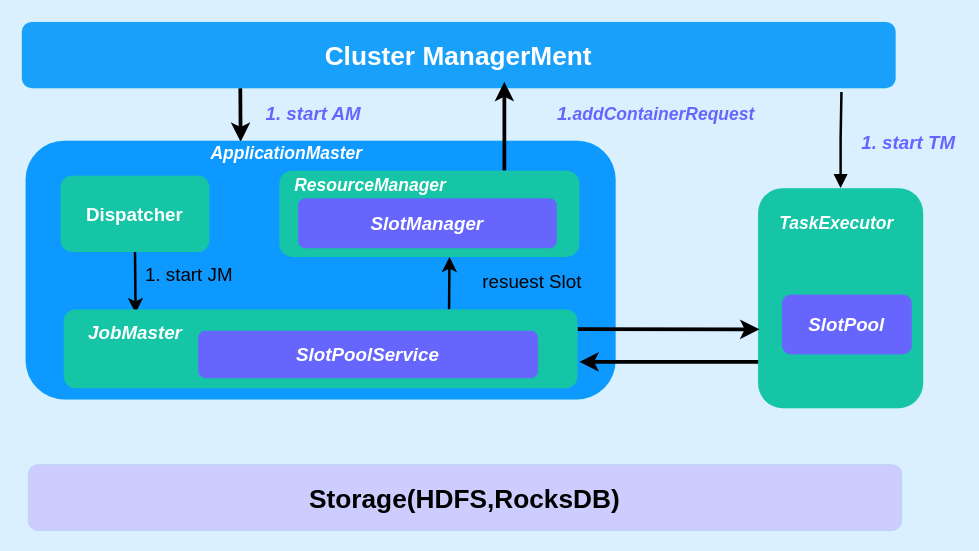
Above: flink/slot.drawio in 2pc/mydrawio (draw.io), before the change. Source tidied: cells renumbered, new cells numbered last; positions are measured from the earlier drawing's top-left corner, leaving out a move shared by most shapes. Both pictures are drawn from the tidied source at 125%, with x=0, y=0 at pixel (21, 21).
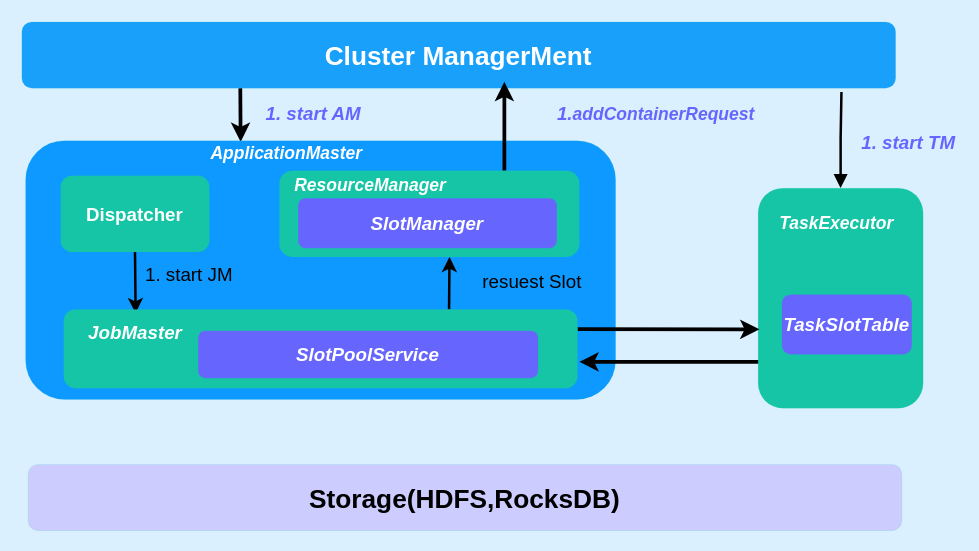
After the change.

Change to the diagram source:
```diff
@@
-    <mxCell id="21" value="&lt;font color=&quot;#ffffff&quot;&gt;&lt;b&gt;&lt;i&gt;SlotPool&lt;/i&gt;&lt;/b&gt;&lt;/font&gt;" style="rounded=1;whiteSpace=wrap;html=1;fontSize=15;fontColor=#6666FF;strokeColor=#16C5A5;strokeWidth=0;fillColor=#6666FF;" parent="1" vertex="1">
+    <mxCell id="21" value="&lt;font color=&quot;#ffffff&quot;&gt;&lt;b&gt;&lt;i&gt;TaskSlotTable&lt;/i&gt;&lt;/b&gt;&lt;/font&gt;" style="rounded=1;whiteSpace=wrap;html=1;fontSize=15;fontColor=#6666FF;strokeColor=#16C5A5;strokeWidth=0;fillColor=#6666FF;" parent="1" vertex="1">
       <mxGeometry x="608" y="218" width="104" height="48" as="geometry" />
     </mxCell>
```
